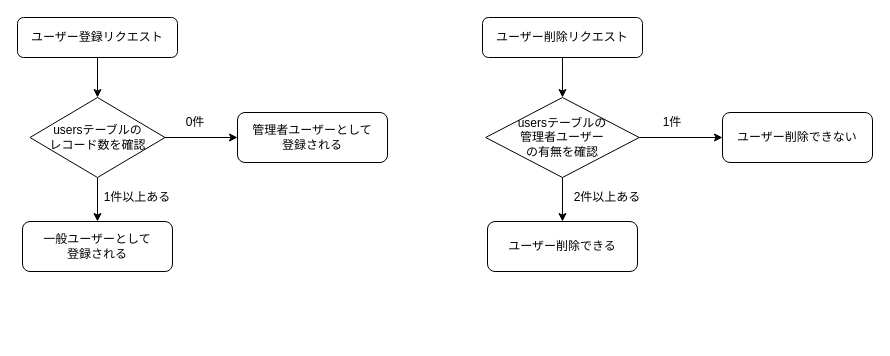
Earlier version of the draw.io diagram page "userロジック" (2 of 4) of sql/ER.dio (chie-hira/documents-management-API). Source tidied: cells renumbered, new cells numbered last; positions are measured from the earlier drawing's top-left corner, leaving out a move shared by most shapes. Both pictures are drawn from the tidied source at 100%, with x=0, y=0 at pixel (17, 17).
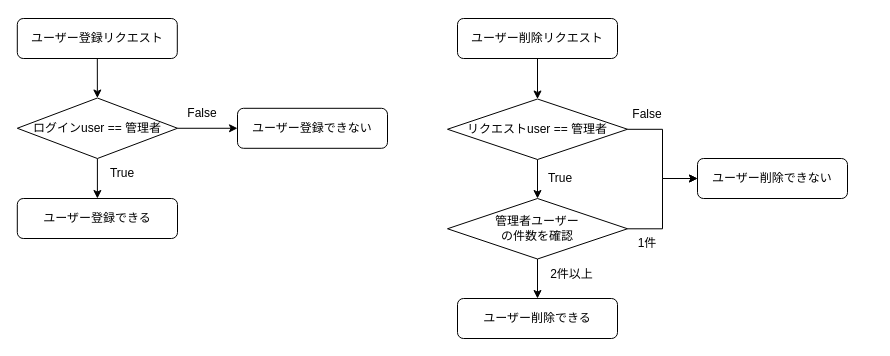
The same page after the edit.

The edit, as a diff of the source:
```diff
@@
-    <mxCell id="2" style="edgeStyle=none;html=1;strokeColor=#000000;fontColor=#000000;" parent="1" edge="1" source="3" target="6">
-      <mxGeometry relative="1" as="geometry" />
-    </mxCell>
+    <mxCell id="17" value="2件以上" style="text;html=1;strokeColor=none;fillColor=none;align=center;verticalAlign=middle;whiteSpace=wrap;rounded=0;fontColor=#000000;" parent="1" vertex="1">
+      <mxGeometry x="520" y="241.5" width="69" height="30" as="geometry" />
+    </mxCell>
+    <mxCell id="20" style="edgeStyle=none;html=1;strokeColor=#000000;" parent="1" edge="1" source="3" target="23">
+      <mxGeometry relative="1" as="geometry" />
+    </mxCell>
     <mxCell id="3" value="&lt;font color=&quot;#000000&quot;&gt;ユーザー登録リクエスト&lt;/font&gt;" style="rounded=1;whiteSpace=wrap;html=1;fillColor=#FFFFFF;fontColor=#ffffff;strokeColor=#000000;" parent="1" vertex="1">
-      <mxGeometry width="160" height="40" as="geometry" />
+      <mxGeometry x="-0.2" y="1" width="160" height="40" as="geometry" />
     </mxCell>
-    <mxCell id="4" style="edgeStyle=none;html=1;strokeColor=#000000;fontColor=#000000;" parent="1" edge="1" source="6" target="9">
-      <mxGeometry relative="1" as="geometry" />
-    </mxCell>
-    <mxCell id="5" style="edgeStyle=none;html=1;strokeColor=#000000;fontColor=#000000;" parent="1" edge="1" source="6" target="10">
-      <mxGeometry relative="1" as="geometry" />
-    </mxCell>
-    <mxCell id="6" value="usersテーブルの&lt;br&gt;レコード数を確認" style="rhombus;whiteSpace=wrap;html=1;strokeColor=#000000;fontColor=#000000;fillColor=#FFFFFF;" parent="1" vertex="1">
-      <mxGeometry x="12.5" y="80" width="135" height="80" as="geometry" />
-    </mxCell>
-    <mxCell id="7" value="0件" style="text;html=1;strokeColor=none;fillColor=none;align=center;verticalAlign=middle;whiteSpace=wrap;rounded=0;fontColor=#000000;" parent="1" vertex="1">
-      <mxGeometry x="147.5" y="90" width="60" height="30" as="geometry" />
-    </mxCell>
-    <mxCell id="8" value="1件以上ある" style="text;html=1;strokeColor=none;fillColor=none;align=center;verticalAlign=middle;whiteSpace=wrap;rounded=0;fontColor=#000000;" parent="1" vertex="1">
-      <mxGeometry x="50" y="165" width="140" height="30" as="geometry" />
-    </mxCell>
-    <mxCell id="9" value="&lt;font color=&quot;#000000&quot;&gt;一般ユーザーとして&lt;br&gt;登録される&lt;br&gt;&lt;/font&gt;" style="rounded=1;whiteSpace=wrap;html=1;fillColor=#FFFFFF;fontColor=#ffffff;strokeColor=#000000;" parent="1" vertex="1">
-      <mxGeometry x="5" y="204" width="150" height="50" as="geometry" />
-    </mxCell>
-    <mxCell id="10" value="&lt;font color=&quot;#000000&quot;&gt;管理者ユーザーとして&lt;br&gt;登録される&lt;br&gt;&lt;/font&gt;" style="rounded=1;whiteSpace=wrap;html=1;fillColor=#FFFFFF;fontColor=#ffffff;strokeColor=#000000;" parent="1" vertex="1">
-      <mxGeometry x="220" y="95" width="150" height="50" as="geometry" />
-    </mxCell>
-    <mxCell id="11" style="edgeStyle=none;html=1;strokeColor=#000000;fontColor=#000000;" parent="1" edge="1" source="12" target="15">
-      <mxGeometry relative="1" as="geometry" />
-    </mxCell>
+    <mxCell id="21" style="edgeStyle=none;html=1;strokeColor=#000000;" parent="1" edge="1" source="23" target="27">
+      <mxGeometry relative="1" as="geometry" />
+    </mxCell>
+    <mxCell id="22" style="edgeStyle=none;html=1;strokeColor=#000000;" parent="1" edge="1" source="23" target="26">
+      <mxGeometry relative="1" as="geometry" />
+    </mxCell>
+    <mxCell id="23" value="ログインuser == 管理者" style="rhombus;whiteSpace=wrap;html=1;strokeColor=#000000;fontColor=#000000;fillColor=#FFFFFF;" parent="1" vertex="1">
+      <mxGeometry x="-0.2" y="80.5" width="160.2" height="60.5" as="geometry" />
+    </mxCell>
+    <mxCell id="24" value="False" style="text;html=1;strokeColor=none;fillColor=none;align=center;verticalAlign=middle;whiteSpace=wrap;rounded=0;fontColor=#000000;" parent="1" vertex="1">
+      <mxGeometry x="154.8" y="80.5" width="60" height="30" as="geometry" />
+    </mxCell>
+    <mxCell id="25" value="True" style="text;html=1;strokeColor=none;fillColor=none;align=center;verticalAlign=middle;whiteSpace=wrap;rounded=0;fontColor=#000000;" parent="1" vertex="1">
+      <mxGeometry x="70" y="141" width="70" height="30" as="geometry" />
+    </mxCell>
+    <mxCell id="26" value="&lt;font color=&quot;#000000&quot;&gt;ユーザー登録できる&lt;br&gt;&lt;/font&gt;" style="rounded=1;whiteSpace=wrap;html=1;fillColor=#FFFFFF;fontColor=#ffffff;strokeColor=#000000;" parent="1" vertex="1">
+      <mxGeometry x="-0.2" y="181" width="160.2" height="40" as="geometry" />
+    </mxCell>
+    <mxCell id="27" value="&lt;font color=&quot;#000000&quot;&gt;ユーザー登録できない&lt;br&gt;&lt;/font&gt;" style="rounded=1;whiteSpace=wrap;html=1;fillColor=#FFFFFF;fontColor=#ffffff;strokeColor=#000000;" parent="1" vertex="1">
+      <mxGeometry x="220" y="90.8" width="150" height="40" as="geometry" />
+    </mxCell>
+    <mxCell id="28" value="False" style="text;html=1;strokeColor=none;fillColor=none;align=center;verticalAlign=middle;whiteSpace=wrap;rounded=0;fontColor=#000000;" parent="1" vertex="1">
+      <mxGeometry x="600" y="81.5" width="60" height="30" as="geometry" />
+    </mxCell>
+    <mxCell id="29" value="True" style="text;html=1;strokeColor=none;fillColor=none;align=center;verticalAlign=middle;whiteSpace=wrap;rounded=0;fontColor=#000000;" parent="1" vertex="1">
+      <mxGeometry x="513" y="146" width="60" height="30" as="geometry" />
+    </mxCell>
+    <mxCell id="16" value="1件" style="text;html=1;strokeColor=none;fillColor=none;align=center;verticalAlign=middle;whiteSpace=wrap;rounded=0;fontColor=#000000;" parent="1" vertex="1">
+      <mxGeometry x="610" y="211" width="40" height="30" as="geometry" />
+    </mxCell>
+    <mxCell id="30" style="edgeStyle=none;html=1;strokeColor=#000000;" parent="1" edge="1" source="12" target="33">
+      <mxGeometry relative="1" as="geometry" />
+    </mxCell>
     <mxCell id="12" value="&lt;font color=&quot;#000000&quot;&gt;ユーザー削除リクエスト&lt;/font&gt;" style="rounded=1;whiteSpace=wrap;html=1;fillColor=#FFFFFF;fontColor=#ffffff;strokeColor=#000000;" parent="1" vertex="1">
-      <mxGeometry x="465" width="160" height="40" as="geometry" />
+      <mxGeometry x="440" y="1" width="160" height="40" as="geometry" />
     </mxCell>
-    <mxCell id="13" style="edgeStyle=none;html=1;strokeColor=#000000;fontColor=#000000;" parent="1" edge="1" source="15" target="18">
-      <mxGeometry relative="1" as="geometry" />
-    </mxCell>
-    <mxCell id="14" style="edgeStyle=none;html=1;strokeColor=#000000;fontColor=#000000;" parent="1" edge="1" source="15" target="19">
-      <mxGeometry relative="1" as="geometry" />
-    </mxCell>
-    <mxCell id="15" value="usersテーブルの&lt;br&gt;管理者ユーザー&lt;br&gt;の有無を確認" style="rhombus;whiteSpace=wrap;html=1;strokeColor=#000000;fontColor=#000000;fillColor=#FFFFFF;" parent="1" vertex="1">
-      <mxGeometry x="468.2" y="80" width="153.5" height="80" as="geometry" />
-    </mxCell>
-    <mxCell id="16" value="1件" style="text;html=1;strokeColor=none;fillColor=none;align=center;verticalAlign=middle;whiteSpace=wrap;rounded=0;fontColor=#000000;" parent="1" vertex="1">
-      <mxGeometry x="625" y="90" width="60" height="30" as="geometry" />
-    </mxCell>
-    <mxCell id="17" value="2件以上ある" style="text;html=1;strokeColor=none;fillColor=none;align=center;verticalAlign=middle;whiteSpace=wrap;rounded=0;fontColor=#000000;" parent="1" vertex="1">
-      <mxGeometry x="520" y="165" width="140" height="30" as="geometry" />
-    </mxCell>
+    <mxCell id="31" style="edgeStyle=none;html=1;strokeColor=#000000;" parent="1" edge="1" source="33" target="36">
+      <mxGeometry relative="1" as="geometry" />
+    </mxCell>
+    <mxCell id="32" style="edgeStyle=orthogonalEdgeStyle;html=1;strokeColor=#000000;rounded=0;" parent="1" edge="1" source="33" target="19">
+      <mxGeometry relative="1" as="geometry" />
+    </mxCell>
+    <mxCell id="33" value="リクエストuser == 管理者" style="rhombus;whiteSpace=wrap;html=1;strokeColor=#000000;fontColor=#000000;fillColor=#FFFFFF;" parent="1" vertex="1">
+      <mxGeometry x="430" y="81.5" width="180" height="60.5" as="geometry" />
+    </mxCell>
+    <mxCell id="19" value="&lt;font color=&quot;#000000&quot;&gt;ユーザー削除できない&lt;br&gt;&lt;/font&gt;" style="rounded=1;whiteSpace=wrap;html=1;fillColor=#FFFFFF;fontColor=#ffffff;strokeColor=#000000;" parent="1" vertex="1">
+      <mxGeometry x="680" y="141" width="150" height="40" as="geometry" />
+    </mxCell>
+    <mxCell id="34" style="edgeStyle=orthogonalEdgeStyle;rounded=0;html=1;strokeColor=#000000;" parent="1" edge="1" source="36" target="18">
+      <mxGeometry relative="1" as="geometry" />
+    </mxCell>
+    <mxCell id="35" style="edgeStyle=orthogonalEdgeStyle;rounded=0;html=1;strokeColor=#000000;" parent="1" edge="1" source="36" target="19">
+      <mxGeometry relative="1" as="geometry" />
+    </mxCell>
+    <mxCell id="36" value="管理者ユーザー&lt;br&gt;の件数を確認" style="rhombus;whiteSpace=wrap;html=1;strokeColor=#000000;fontColor=#000000;fillColor=#FFFFFF;" parent="1" vertex="1">
+      <mxGeometry x="430" y="181" width="180" height="60.5" as="geometry" />
+    </mxCell>
-    <mxCell id="18" value="&lt;font color=&quot;#000000&quot;&gt;ユーザー削除できる&lt;br&gt;&lt;/font&gt;" style="rounded=1;whiteSpace=wrap;html=1;fillColor=#FFFFFF;fontColor=#ffffff;strokeColor=#000000;" parent="1" vertex="1">
-      <mxGeometry x="470" y="204" width="150" height="50" as="geometry" />
+    <mxCell id="18" value="&lt;font color=&quot;#000000&quot;&gt;ユーザー削除できる&lt;/font&gt;" style="rounded=1;whiteSpace=wrap;html=1;fillColor=#FFFFFF;fontColor=#ffffff;strokeColor=#000000;" parent="1" vertex="1">
+      <mxGeometry x="440" y="281" width="160" height="40" as="geometry" />
     </mxCell>
-    <mxCell id="19" value="&lt;font color=&quot;#000000&quot;&gt;ユーザー削除できない&lt;br&gt;&lt;/font&gt;" style="rounded=1;whiteSpace=wrap;html=1;fillColor=#FFFFFF;fontColor=#ffffff;strokeColor=#000000;" parent="1" vertex="1">
-      <mxGeometry x="705" y="95" width="150" height="50" as="geometry" />
-    </mxCell>
```
